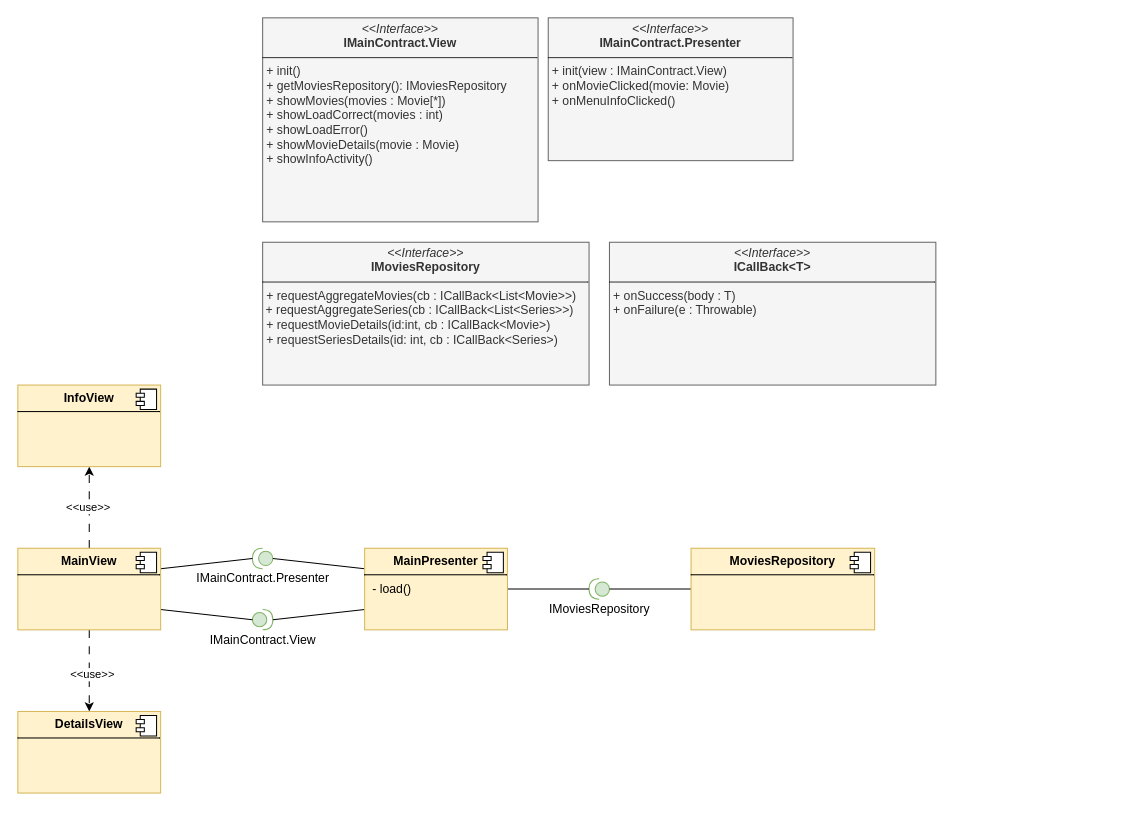
Before: Docs/Models/architecture.drawio in isunican/App-Movies-Grupo3, a draw.io diagram. Source tidied: cells renumbered, new cells numbered last; positions are measured from the earlier drawing's top-left corner, leaving out a move shared by most shapes. Both pictures are drawn from the tidied source at 102%, with x=0, y=0 at pixel (17, 17).
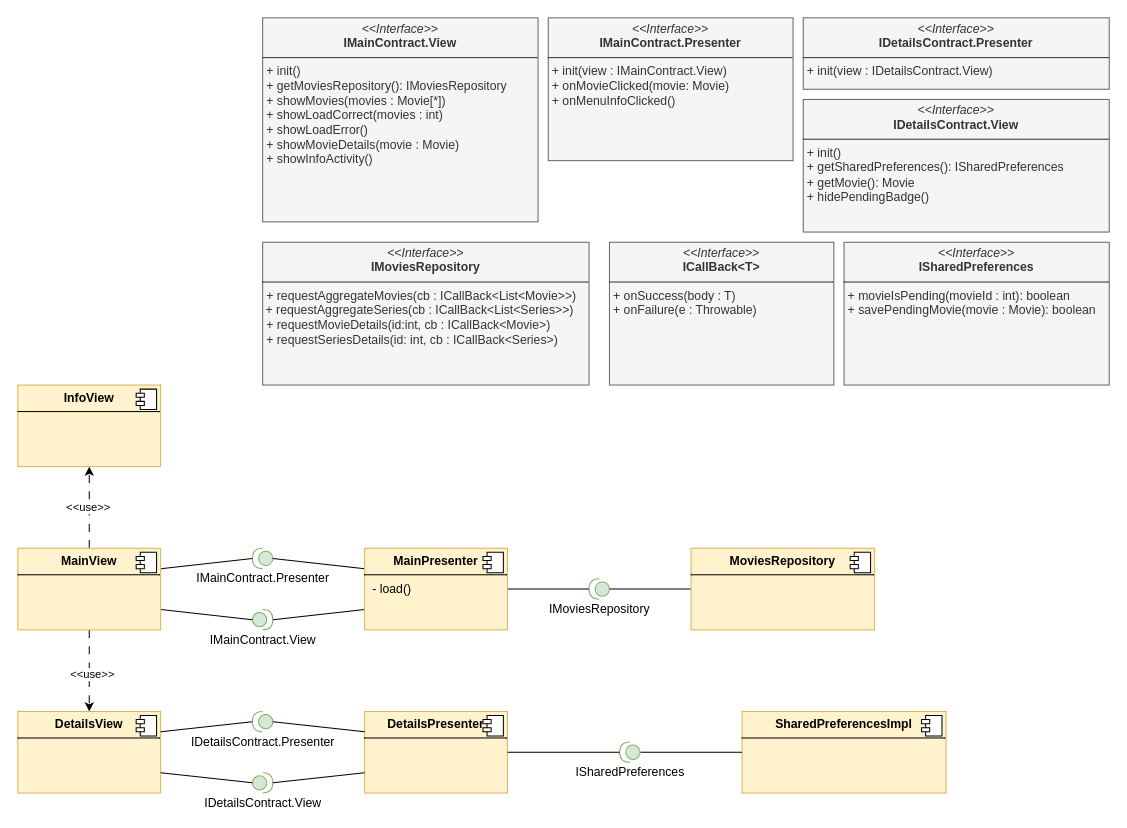
After the change.

Commit message (it also covers changes not shown here):
update architecture model

Unchanged cells that the change refers to:
```xml
<mxCell id="25" value="&lt;p style=&quot;margin:0px;margin-top:6px;text-align:center;&quot;&gt;&lt;b&gt;DetailsView&lt;/b&gt;&lt;/p&gt;&lt;hr size=&quot;1&quot; style=&quot;border-style:solid;&quot;&gt;&lt;p style=&quot;margin:0px;margin-left:8px;&quot;&gt;&lt;br&gt;&lt;/p&gt;" style="align=left;overflow=fill;html=1;whiteSpace=wrap;fillColor=#fff2cc;strokeColor=#d6b656;" parent="1" vertex="1">
  <mxGeometry y="680" width="140" height="80" as="geometry" />
</mxCell>
```

Change to the diagram source:
```diff
@@
     <mxCell id="24" value="&lt;p style=&quot;margin:0px;margin-top:4px;text-align:center;&quot;&gt;&lt;i&gt;&amp;lt;&amp;lt;Interface&amp;gt;&amp;gt;&lt;/i&gt;&lt;br&gt;&lt;b&gt;ICallBack&amp;lt;T&amp;gt;&lt;/b&gt;&lt;/p&gt;&lt;hr size=&quot;1&quot; style=&quot;border-style:solid;&quot;&gt;&lt;p style=&quot;margin:0px;margin-left:4px;&quot;&gt;+ onSuccess(body : T)&lt;/p&gt;&lt;p style=&quot;margin:0px;margin-left:4px;&quot;&gt;+ onFailure(e : Throwable)&lt;/p&gt;" style="verticalAlign=top;align=left;overflow=fill;html=1;whiteSpace=wrap;fillColor=#f5f5f5;fontColor=#333333;strokeColor=#666666;" parent="1" vertex="1">
-      <mxGeometry x="580" y="220" width="320" height="140" as="geometry" />
+      <mxGeometry x="580" y="220" width="220" height="140" as="geometry" />
     </mxCell>
@@
+    <mxCell id="29" value="&lt;p style=&quot;margin:0px;margin-top:6px;text-align:center;&quot;&gt;&lt;b&gt;DetailsPresenter&lt;/b&gt;&lt;/p&gt;&lt;hr size=&quot;1&quot; style=&quot;border-style:solid;&quot;&gt;&lt;p style=&quot;margin:0px;margin-left:8px;&quot;&gt;&lt;br&gt;&lt;/p&gt;" style="align=left;overflow=fill;html=1;whiteSpace=wrap;fillColor=#fff2cc;strokeColor=#d6b656;" parent="1" vertex="1">
+      <mxGeometry x="340" y="680" width="140" height="80" as="geometry" />
+    </mxCell>
+    <mxCell id="30" style="shape=component;jettyWidth=8;jettyHeight=4;" parent="29" vertex="1">
+      <mxGeometry x="1" width="20" height="20" relative="1" as="geometry">
+        <mxPoint x="-24" y="4" as="offset" />
+      </mxGeometry>
+    </mxCell>
+    <mxCell id="31" value="IDetails&lt;span style=&quot;background-color: transparent; color: light-dark(rgb(0, 0, 0), rgb(255, 255, 255));&quot;&gt;Contract.View&lt;/span&gt;" style="shape=providedRequiredInterface;html=1;verticalLabelPosition=bottom;sketch=0;fillColor=#d5e8d4;strokeColor=#82b366;" parent="1" vertex="1">
+      <mxGeometry x="230" y="740" width="20" height="20" as="geometry" />
+    </mxCell>
+    <mxCell id="32" value="IDetailsContract.Presenter" style="shape=providedRequiredInterface;html=1;verticalLabelPosition=bottom;sketch=0;flipH=1;fillColor=#d5e8d4;strokeColor=#82b366;" parent="1" vertex="1">
+      <mxGeometry x="230" y="680" width="20" height="20" as="geometry" />
+    </mxCell>
+    <mxCell id="33" style="rounded=0;jettySize=auto;html=1;exitX=0;exitY=0.25;exitDx=0;exitDy=0;entryX=0;entryY=0.5;entryDx=0;entryDy=0;entryPerimeter=0;endArrow=none;endFill=0;" parent="1" edge="1" source="29" target="32">
+      <mxGeometry relative="1" as="geometry" />
+    </mxCell>
+    <mxCell id="34" style="rounded=0;jettySize=auto;html=1;exitX=0;exitY=0.75;exitDx=0;exitDy=0;entryX=1;entryY=0.5;entryDx=0;entryDy=0;entryPerimeter=0;endArrow=none;endFill=0;" parent="1" edge="1" source="29" target="31">
+      <mxGeometry relative="1" as="geometry" />
+    </mxCell>
+    <mxCell id="35" style="rounded=0;jettySize=auto;html=1;exitX=0;exitY=0.5;exitDx=0;exitDy=0;entryX=1;entryY=0.75;entryDx=0;entryDy=0;endArrow=none;endFill=0;exitPerimeter=0;" parent="1" edge="1" source="31" target="25">
+      <mxGeometry relative="1" as="geometry" />
+    </mxCell>
+    <mxCell id="36" style="rounded=0;jettySize=auto;html=1;entryX=1;entryY=0.25;entryDx=0;entryDy=0;endArrow=none;endFill=0;exitX=1;exitY=0.5;exitDx=0;exitDy=0;exitPerimeter=0;" parent="1" edge="1" source="32" target="25">
+      <mxGeometry relative="1" as="geometry" />
+    </mxCell>
+    <mxCell id="37" value="&lt;p style=&quot;margin:0px;margin-top:4px;text-align:center;&quot;&gt;&lt;i&gt;&amp;lt;&amp;lt;Interface&amp;gt;&amp;gt;&lt;/i&gt;&lt;br&gt;&lt;b&gt;IDetailsContract.Presenter&lt;/b&gt;&lt;/p&gt;&lt;hr size=&quot;1&quot; style=&quot;border-style:solid;&quot;&gt;&lt;p style=&quot;margin:0px;margin-left:4px;&quot;&gt;+ init(view : IDetailsContract.View)&lt;br&gt;&lt;/p&gt;" style="verticalAlign=top;align=left;overflow=fill;html=1;whiteSpace=wrap;fillColor=#f5f5f5;fontColor=#333333;strokeColor=#666666;" parent="1" vertex="1">
+      <mxGeometry x="770" width="300" height="70" as="geometry" />
+    </mxCell>
+    <mxCell id="38" value="&lt;p style=&quot;margin:0px;margin-top:4px;text-align:center;&quot;&gt;&lt;i&gt;&amp;lt;&amp;lt;Interface&amp;gt;&amp;gt;&lt;/i&gt;&lt;br&gt;&lt;b&gt;IDetailsContract.View&lt;/b&gt;&lt;/p&gt;&lt;hr size=&quot;1&quot; style=&quot;border-style:solid;&quot;&gt;&lt;p style=&quot;margin:0px;margin-left:4px;&quot;&gt;+ init()&lt;br&gt;&lt;/p&gt;&lt;p style=&quot;margin:0px;margin-left:4px;&quot;&gt;+ getSharedPreferences(): ISharedPreferences&lt;/p&gt;&lt;p style=&quot;margin:0px;margin-left:4px;&quot;&gt;+ getMovie(): Movie&lt;/p&gt;&lt;p style=&quot;margin:0px;margin-left:4px;&quot;&gt;+ hidePendingBadge()&lt;/p&gt;" style="verticalAlign=top;align=left;overflow=fill;html=1;whiteSpace=wrap;fillColor=#f5f5f5;fontColor=#333333;strokeColor=#666666;" parent="1" vertex="1">
+      <mxGeometry x="770" y="80" width="300" height="130" as="geometry" />
+    </mxCell>
+    <mxCell id="39" value="&lt;p style=&quot;margin:0px;margin-top:6px;text-align:center;&quot;&gt;&lt;b&gt;SharedPreferencesImpl&lt;/b&gt;&lt;/p&gt;&lt;hr size=&quot;1&quot; style=&quot;border-style:solid;&quot;&gt;&lt;p style=&quot;margin:0px;margin-left:8px;&quot;&gt;&lt;br&gt;&lt;/p&gt;" style="align=left;overflow=fill;html=1;whiteSpace=wrap;fillColor=#fff2cc;strokeColor=#d6b656;" parent="1" vertex="1">
+      <mxGeometry x="710" y="680" width="200" height="80" as="geometry" />
+    </mxCell>
+    <mxCell id="40" style="shape=component;jettyWidth=8;jettyHeight=4;" parent="39" vertex="1">
+      <mxGeometry x="1" width="20" height="20" relative="1" as="geometry">
+        <mxPoint x="-24" y="4" as="offset" />
+      </mxGeometry>
+    </mxCell>
+    <mxCell id="41" style="rounded=0;jettySize=auto;html=1;exitX=0;exitY=0.5;exitDx=0;exitDy=0;exitPerimeter=0;entryX=0;entryY=0.5;entryDx=0;entryDy=0;endArrow=none;endFill=0;" parent="1" edge="1" source="42" target="39">
+      <mxGeometry relative="1" as="geometry" />
+    </mxCell>
+    <mxCell id="42" value="ISharedPreferences" style="shape=providedRequiredInterface;html=1;verticalLabelPosition=bottom;sketch=0;flipH=1;fillColor=#d5e8d4;strokeColor=#82b366;" parent="1" vertex="1">
+      <mxGeometry x="590" y="710" width="20" height="20" as="geometry" />
+    </mxCell>
+    <mxCell id="43" style="rounded=0;jettySize=auto;html=1;exitX=1;exitY=0.5;exitDx=0;exitDy=0;entryX=1;entryY=0.5;entryDx=0;entryDy=0;entryPerimeter=0;endArrow=none;endFill=0;" parent="1" edge="1" source="29" target="42">
+      <mxGeometry relative="1" as="geometry" />
+    </mxCell>
+    <mxCell id="44" value="&lt;p style=&quot;margin:0px;margin-top:4px;text-align:center;&quot;&gt;&lt;i&gt;&amp;lt;&amp;lt;Interface&amp;gt;&amp;gt;&lt;/i&gt;&lt;br&gt;&lt;b&gt;ISharedPreferences&lt;/b&gt;&lt;/p&gt;&lt;hr size=&quot;1&quot; style=&quot;border-style:solid;&quot;&gt;&lt;p style=&quot;margin:0px;margin-left:4px;&quot;&gt;+ movieIsPending(movieId : int): boolean&lt;/p&gt;&lt;p style=&quot;margin:0px;margin-left:4px;&quot;&gt;+ savePendingMovie(movie : Movie): boolean&lt;/p&gt;" style="verticalAlign=top;align=left;overflow=fill;html=1;whiteSpace=wrap;fillColor=#f5f5f5;fontColor=#333333;strokeColor=#666666;" parent="1" vertex="1">
+      <mxGeometry x="810" y="220" width="260" height="140" as="geometry" />
+    </mxCell>
```
